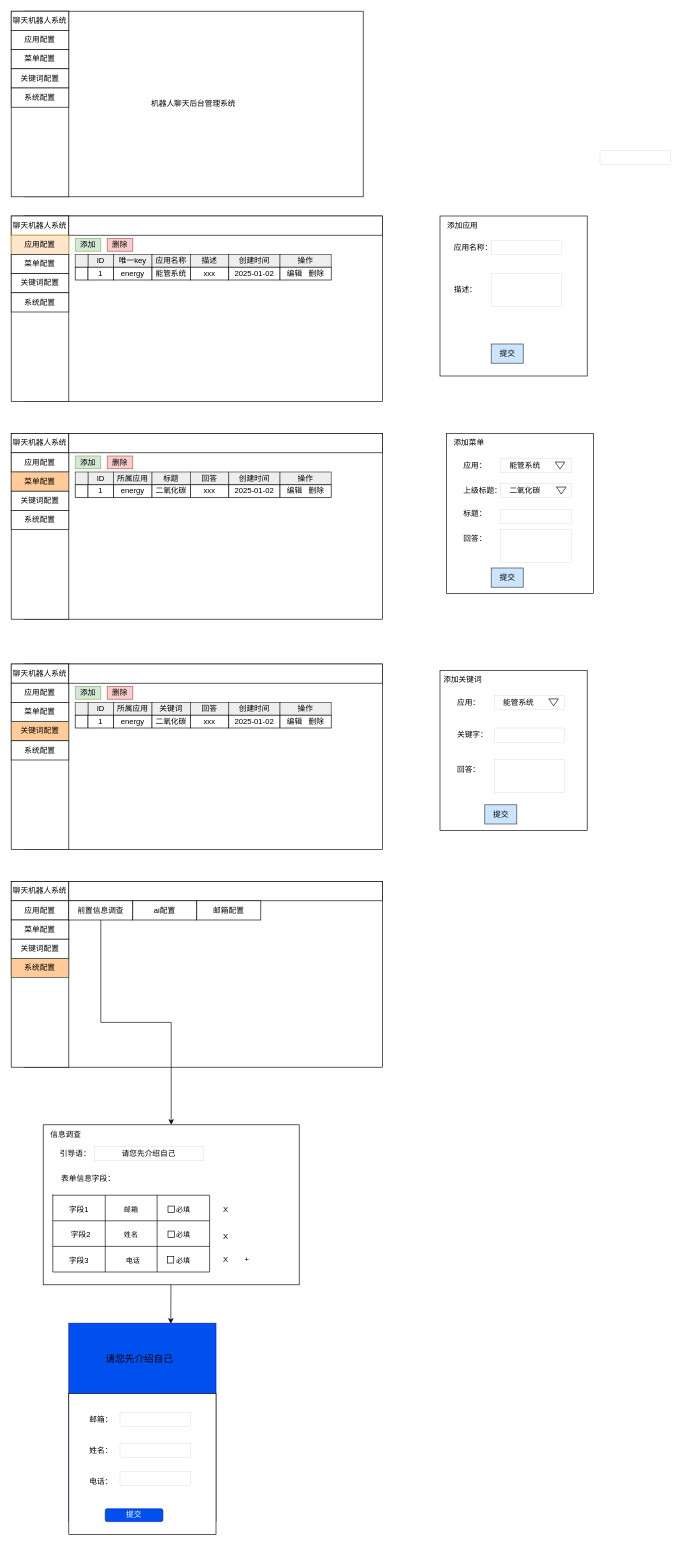
Earlier version of the draw.io diagram 聊天机器人.drawio (dhonor-dyj/design_docs). Source tidied: cells renumbered, new cells numbered last; positions are measured from the earlier drawing's top-left corner, leaving out a move shared by most shapes. Both pictures are drawn from the tidied source at 64%, with x=0, y=0 at pixel (11, 11).
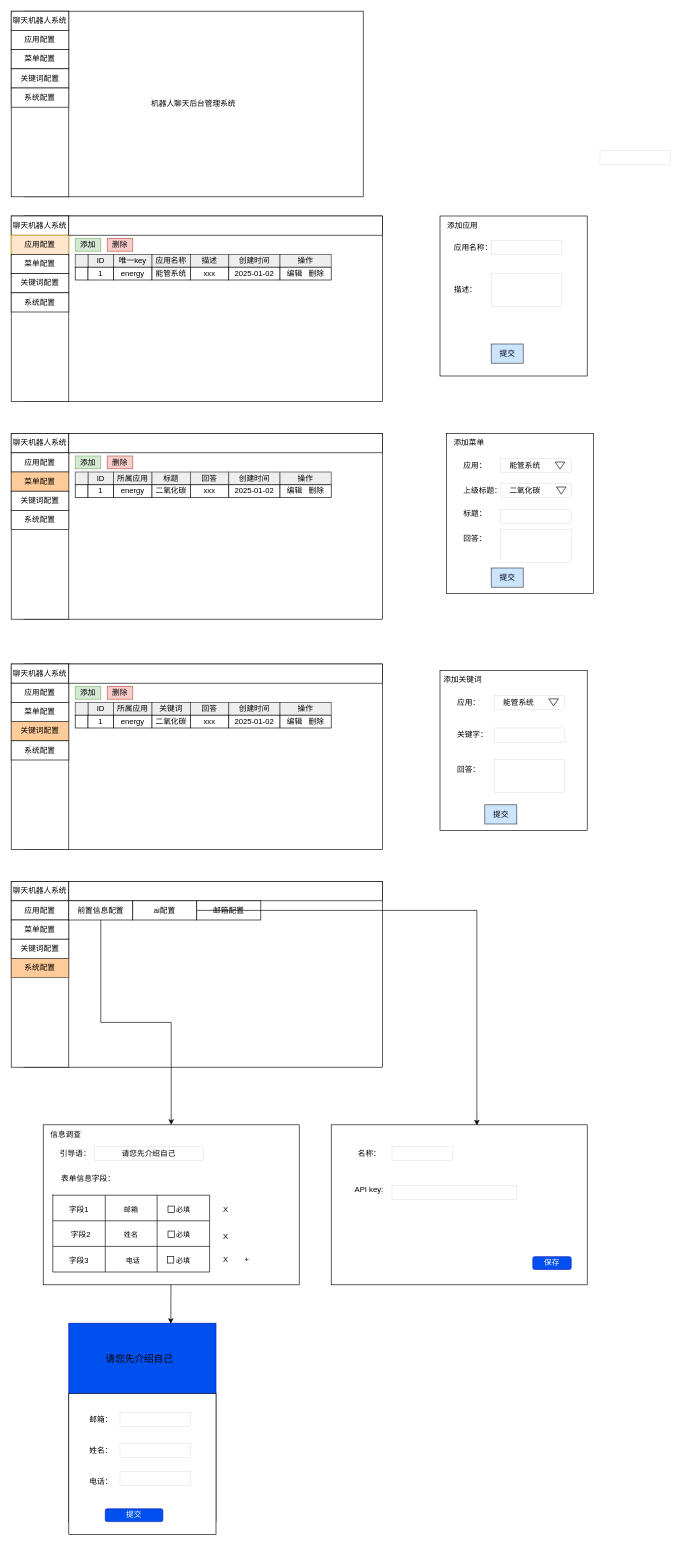
Above is the later version.

Commit message (it also covers changes not shown here):
更新聊天机器人.drawio

Unchanged cells that the change refers to:
```xml
<mxCell id="125" value="ai配置" style="whiteSpace=wrap;html=1;" parent="1" vertex="1">
  <mxGeometry x="190" y="1390" width="100" height="30" as="geometry" />
</mxCell>
```

What changed in the source:
```diff
@@
-    <mxCell id="124" value="前置信息调查" style="whiteSpace=wrap;html=1;" parent="1" vertex="1">
+    <mxCell id="124" value="前置信息配置" style="whiteSpace=wrap;html=1;" parent="1" vertex="1">
       <mxGeometry x="90" y="1390" width="100" height="30" as="geometry" />
     </mxCell>
@@
+    <mxCell id="169" style="html=1;dashed=0;whiteSpace=wrap;" parent="1" vertex="1">
+      <mxGeometry x="500" y="1740" width="400" height="250" as="geometry" />
+    </mxCell>
+    <mxCell id="170" style="edgeStyle=orthogonalEdgeStyle;rounded=0;jettySize=auto;html=1;entryX=0.569;entryY=0.004;entryDx=0;entryDy=0;entryPerimeter=0;" parent="1" edge="1" source="125" target="169">
+      <mxGeometry relative="1" as="geometry" />
+    </mxCell>
+    <mxCell id="171" value="名称：" style="text;html=1;align=left;verticalAlign=middle;strokeColor=none;fillColor=none;" parent="1" vertex="1">
+      <mxGeometry x="540" y="1770" width="60" height="30" as="geometry" />
+    </mxCell>
+    <mxCell id="172" value="API key:" style="text;html=1;align=left;verticalAlign=middle;strokeColor=none;fillColor=none;" parent="1" vertex="1">
+      <mxGeometry x="535" y="1827" width="70" height="30" as="geometry" />
+    </mxCell>
+    <mxCell id="173" style="whiteSpace=wrap;html=1;strokeWidth=0;" parent="1" vertex="1">
+      <mxGeometry x="595" y="1774" width="95" height="22" as="geometry" />
+    </mxCell>
+    <mxCell id="174" style="whiteSpace=wrap;html=1;strokeWidth=0;" parent="1" vertex="1">
+      <mxGeometry x="595" y="1835" width="195" height="22" as="geometry" />
+    </mxCell>
+    <mxCell id="175" value="保存" style="rounded=1;whiteSpace=wrap;html=1;fillColor=#0050ef;strokeColor=#001DBC;fontColor=#ffffff;" parent="1" vertex="1">
+      <mxGeometry x="815" y="1946" width="60" height="20" as="geometry" />
+    </mxCell>
```
